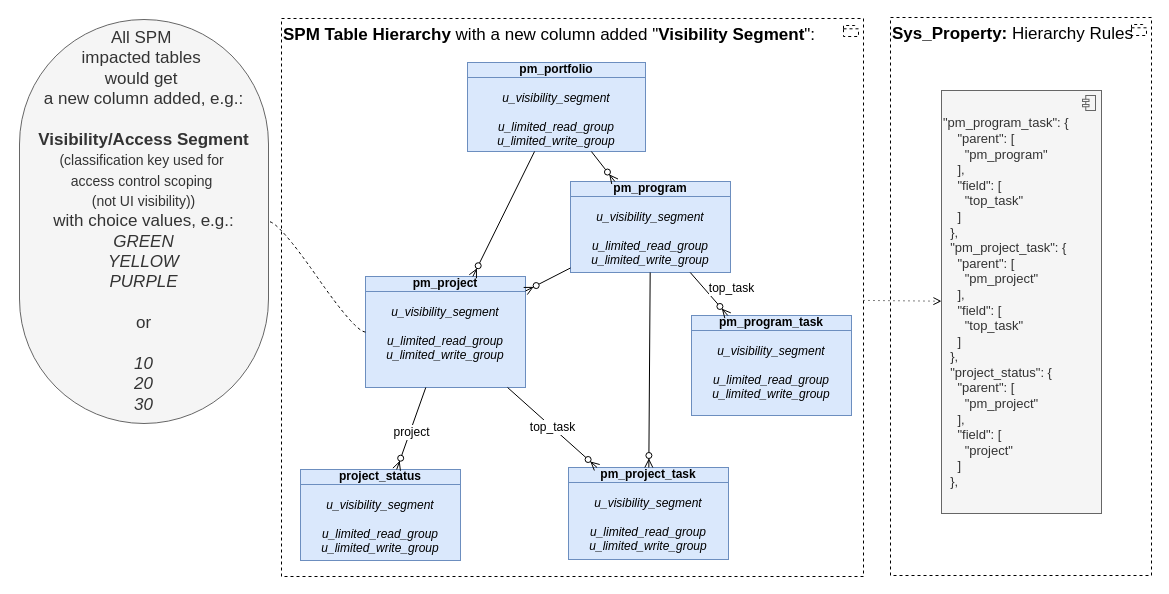
Above: page "hier1" (4 of 20) of Sar.drawio in algimas/tmp (draw.io), before the change. Source tidied: cells renumbered, new cells numbered last; positions are measured from the earlier drawing's top-left corner, leaving out a move shared by most shapes. Both pictures are drawn from the tidied source at 100%, with x=0, y=0 at pixel (19, 17).
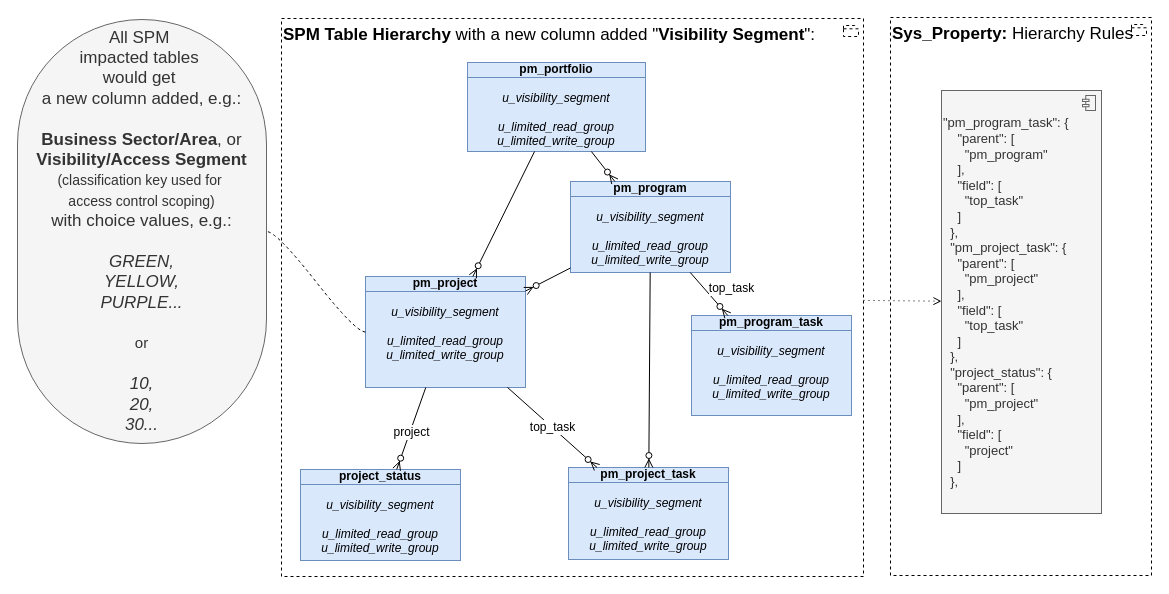
The same diagram, later.

What changed in the source:
```diff
@@
-    <mxCell id="20" value="&lt;div&gt;All SPM&amp;nbsp;&lt;/div&gt;&lt;div&gt;impacted tables&amp;nbsp;&lt;/div&gt;&lt;div&gt;would get&amp;nbsp;&lt;/div&gt;&lt;div&gt;a new&amp;nbsp;column added, e.g.:&lt;/div&gt;&lt;div&gt;&lt;br&gt;&lt;/div&gt;&lt;div&gt;&lt;b&gt;Visibility/Access Segment&lt;/b&gt;&lt;/div&gt;&lt;div&gt;&lt;font style=&quot;font-size: 14px;&quot;&gt;(classification key used for&amp;nbsp;&lt;/font&gt;&lt;div&gt;&lt;font style=&quot;font-size: 14px;&quot;&gt;access control scoping&amp;nbsp;&lt;/font&gt;&lt;/div&gt;&lt;div&gt;&lt;font style=&quot;font-size: 14px;&quot;&gt;(not UI visibility))&lt;/font&gt;&lt;/div&gt;&lt;/div&gt;&lt;div&gt;with choice values, e.g.:&lt;/div&gt;&lt;div&gt;&lt;i&gt;GREEN&lt;/i&gt;&lt;/div&gt;&lt;div&gt;&lt;i&gt;YELLOW&lt;/i&gt;&lt;/div&gt;&lt;div&gt;&lt;i&gt;PURPLE&lt;/i&gt;&lt;/div&gt;&lt;div&gt;&lt;br&gt;&lt;/div&gt;&lt;div&gt;or&lt;/div&gt;&lt;div&gt;&lt;br&gt;&lt;/div&gt;&lt;div&gt;&lt;i&gt;10&lt;/i&gt;&lt;/div&gt;&lt;div&gt;&lt;i&gt;20&lt;/i&gt;&lt;/div&gt;&lt;div&gt;&lt;i&gt;30&lt;/i&gt;&lt;/div&gt;" style="whiteSpace=wrap;html=1;rounded=1;arcSize=50;align=center;verticalAlign=middle;strokeWidth=1;spacing=4;newEdgeStyle={&quot;edgeStyle&quot;:&quot;entityRelationEdgeStyle&quot;,&quot;startArrow&quot;:&quot;none&quot;,&quot;endArrow&quot;:&quot;none&quot;,&quot;segment&quot;:10,&quot;curved&quot;:1,&quot;sourcePerimeterSpacing&quot;:0,&quot;targetPerimeterSpacing&quot;:0};fillColor=#f5f5f5;strokeColor=#666666;fontColor=#333333;fontSize=17;" parent="1" vertex="1">
-      <mxGeometry y="2" width="249" height="404" as="geometry" />
+    <mxCell id="20" value="&lt;div&gt;All SPM&amp;nbsp;&lt;/div&gt;&lt;div&gt;impacted tables&amp;nbsp;&lt;/div&gt;&lt;div&gt;would get&amp;nbsp;&lt;/div&gt;&lt;div&gt;a new&amp;nbsp;column added, e.g.:&lt;/div&gt;&lt;div&gt;&lt;br&gt;&lt;/div&gt;&lt;div&gt;&lt;b&gt;Business Sector/Area&lt;/b&gt;, or&lt;/div&gt;&lt;div&gt;&lt;b&gt;Visibility/Access Segment&lt;/b&gt;&lt;/div&gt;&lt;div&gt;&lt;font style=&quot;font-size: 14px;&quot;&gt;(classification key used for&amp;nbsp;&lt;/font&gt;&lt;div&gt;&lt;font style=&quot;font-size: 14px;&quot;&gt;access control scoping)&lt;/font&gt;&lt;/div&gt;&lt;/div&gt;&lt;div&gt;with choice values, e.g.:&lt;/div&gt;&lt;div&gt;&lt;br&gt;&lt;/div&gt;&lt;div&gt;&lt;i&gt;GREEN,&lt;/i&gt;&lt;/div&gt;&lt;div&gt;&lt;i&gt;YELLOW,&lt;/i&gt;&lt;/div&gt;&lt;div&gt;&lt;i&gt;PURPLE...&lt;/i&gt;&lt;/div&gt;&lt;div&gt;&lt;br&gt;&lt;/div&gt;&lt;div&gt;&lt;font style=&quot;font-size: 15px;&quot;&gt;or&lt;/font&gt;&lt;/div&gt;&lt;div&gt;&lt;br&gt;&lt;/div&gt;&lt;div&gt;&lt;i&gt;10,&lt;/i&gt;&lt;/div&gt;&lt;div&gt;&lt;i&gt;20,&lt;/i&gt;&lt;/div&gt;&lt;div&gt;&lt;i&gt;30...&lt;/i&gt;&lt;/div&gt;" style="whiteSpace=wrap;html=1;rounded=1;arcSize=50;align=center;verticalAlign=middle;strokeWidth=1;spacing=4;newEdgeStyle={&quot;edgeStyle&quot;:&quot;entityRelationEdgeStyle&quot;,&quot;startArrow&quot;:&quot;none&quot;,&quot;endArrow&quot;:&quot;none&quot;,&quot;segment&quot;:10,&quot;curved&quot;:1,&quot;sourcePerimeterSpacing&quot;:0,&quot;targetPerimeterSpacing&quot;:0};fillColor=#f5f5f5;strokeColor=#666666;fontColor=#333333;fontSize=17;" parent="1" vertex="1">
+      <mxGeometry x="-2" y="2" width="249" height="424" as="geometry" />
     </mxCell>
```
